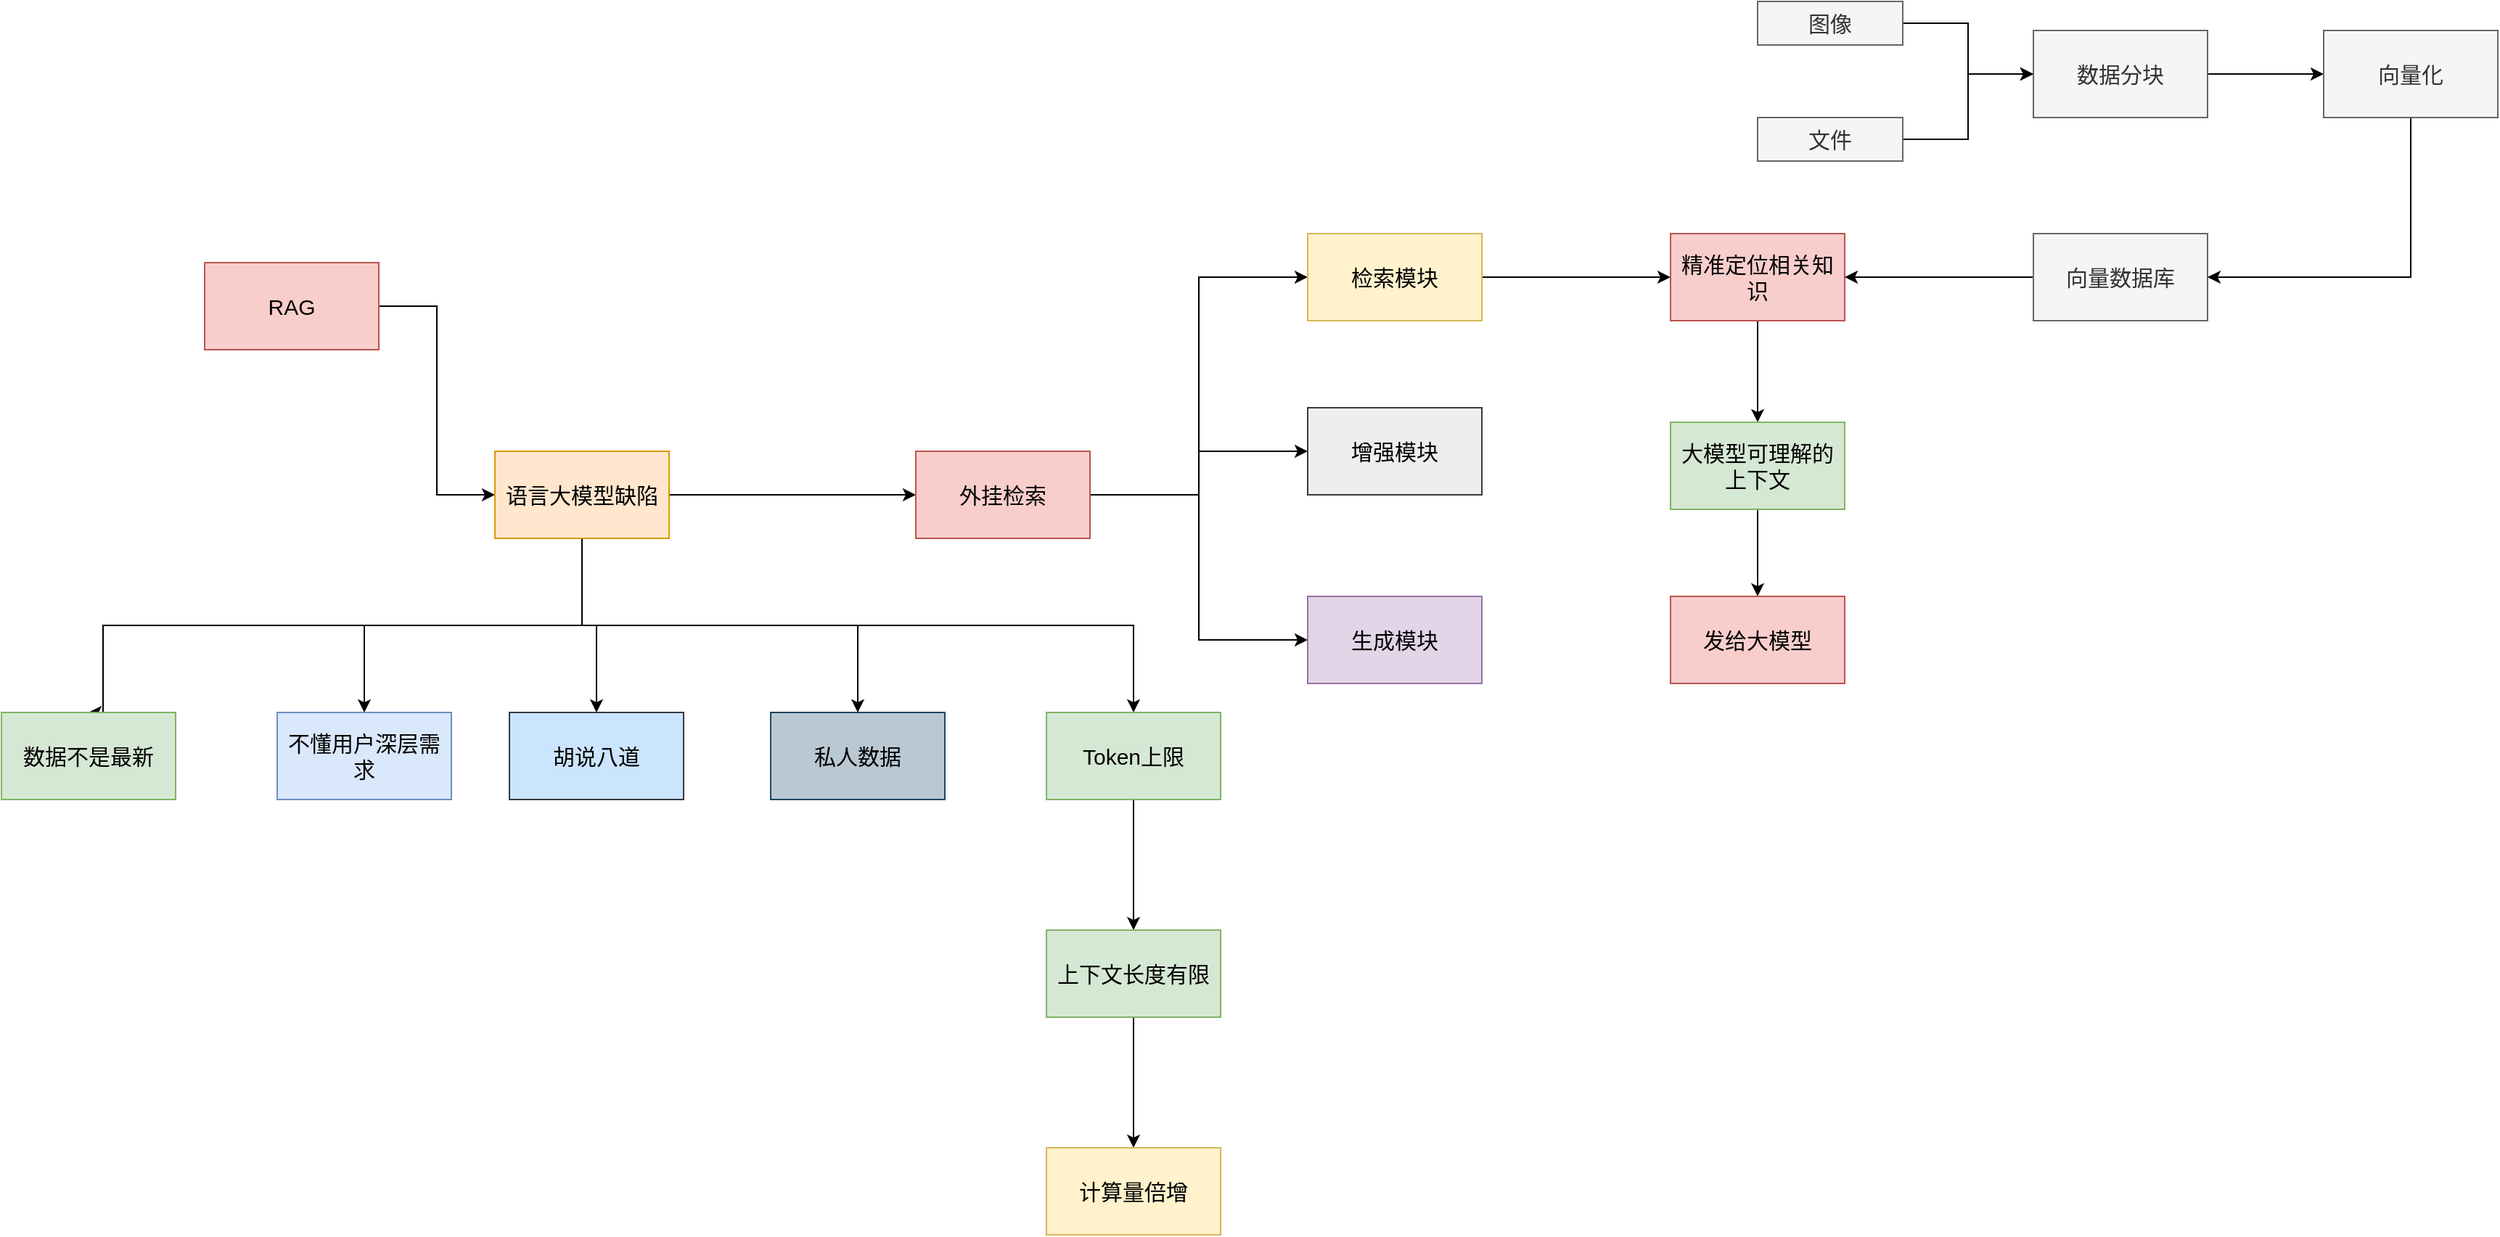
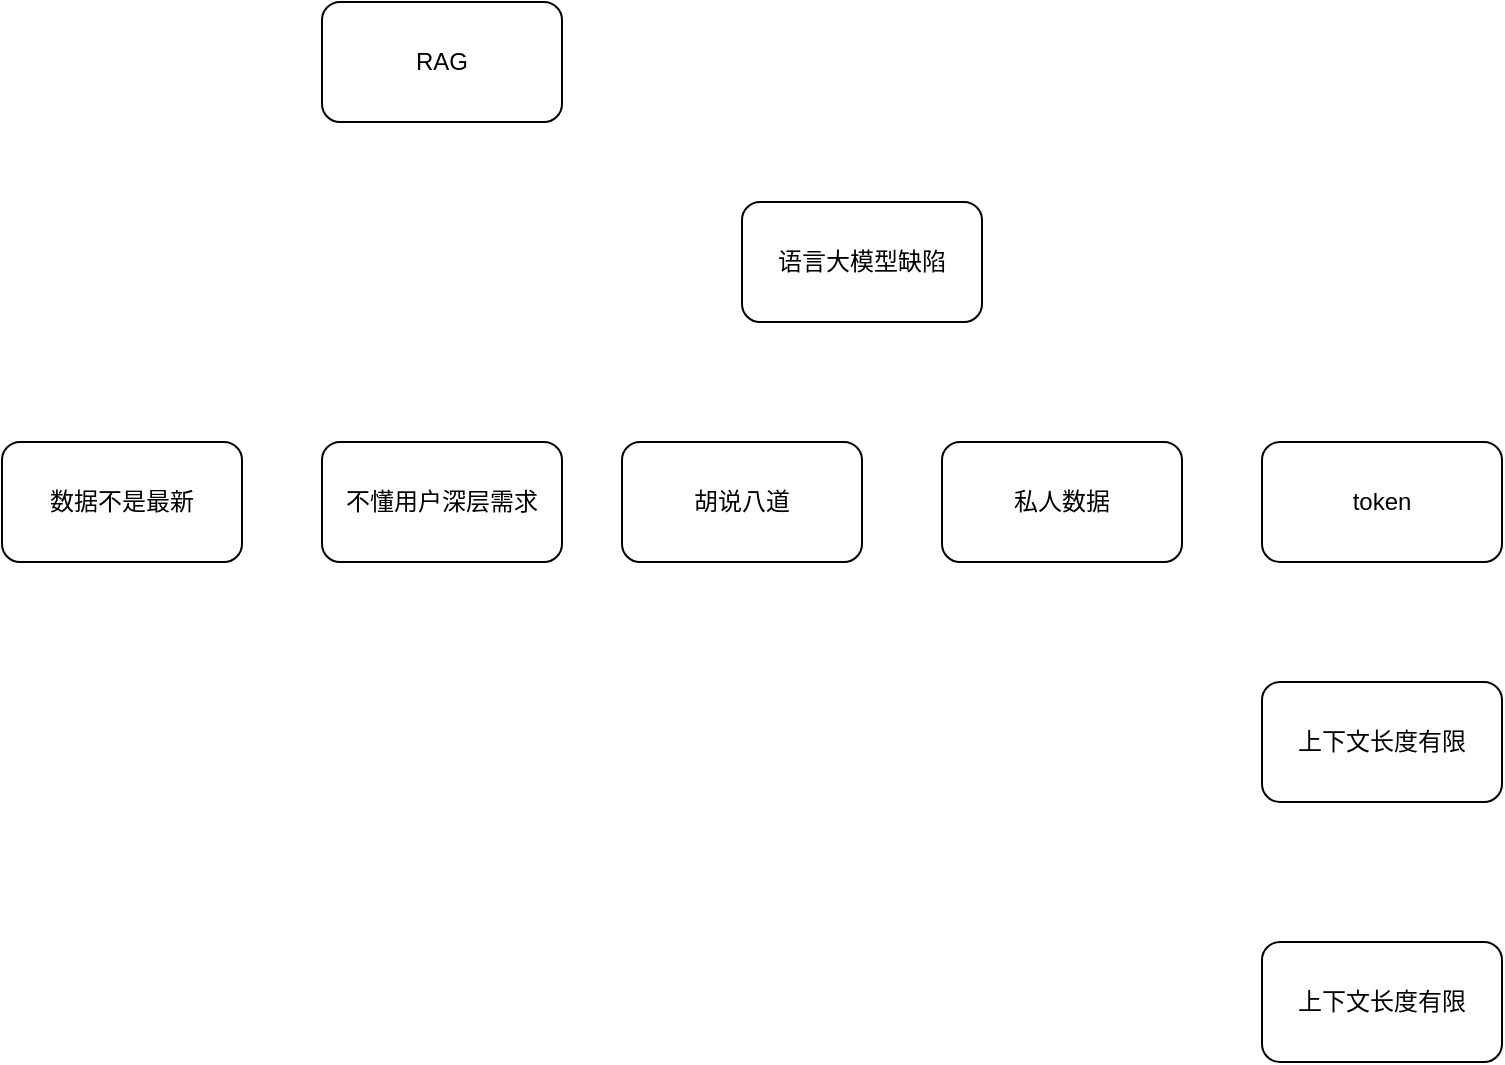
<mxfile host="app.diagrams.net">
-   <diagram name="第 1 页" id="lgBYV-CI623LZy5GF7Qx">
-     <mxGraphModel dx="1414" dy="1920" grid="1" gridSize="10" guides="1" tooltips="1" connect="1" arrows="1" fold="1" page="1" pageScale="1" pageWidth="827" pageHeight="1169" math="0" shadow="0">
+   <diagram name="第 1 页" id="C1UXl3RI-0u5TosqB3D1">
+     <mxGraphModel dx="1030" dy="535" grid="1" gridSize="10" guides="1" tooltips="1" connect="1" arrows="1" fold="1" page="1" pageScale="1" pageWidth="827" pageHeight="1169" math="0" shadow="0">
      <root>
        <mxCell id="0" />
        <mxCell id="1" parent="0" />
-         <mxCell id="BYuYSmvDRbRM8Ayxp55C-10" edge="1" parent="1" source="BYuYSmvDRbRM8Ayxp55C-1" style="edgeStyle=orthogonalEdgeStyle;rounded=0;orthogonalLoop=1;jettySize=auto;html=1;entryX=0;entryY=0.5;entryDx=0;entryDy=0;" target="BYuYSmvDRbRM8Ayxp55C-2">
-           <mxGeometry relative="1" as="geometry" />
+         <mxCell id="UQ7rByI2wm6I-29Dq2hl-1" parent="1" style="rounded=1;whiteSpace=wrap;html=1;" value="RAG" vertex="1">
+           <mxGeometry height="60" width="120" x="160" y="60" as="geometry" />
        </mxCell>
-         <mxCell id="BYuYSmvDRbRM8Ayxp55C-1" parent="1" style="rounded=0;whiteSpace=wrap;html=1;fontSize=15;fillColor=#f8cecc;strokeColor=#b85450;" value="RAG" vertex="1">
-           <mxGeometry height="60" width="120" x="180" y="170" as="geometry" />
+         <mxCell id="UQ7rByI2wm6I-29Dq2hl-2" parent="1" style="rounded=1;whiteSpace=wrap;html=1;" value="语言大模型缺陷" vertex="1">
+           <mxGeometry height="60" width="120" x="370" y="160" as="geometry" />
        </mxCell>
-         <mxCell id="BYuYSmvDRbRM8Ayxp55C-11" edge="1" parent="1" source="BYuYSmvDRbRM8Ayxp55C-2" style="edgeStyle=orthogonalEdgeStyle;rounded=0;orthogonalLoop=1;jettySize=auto;html=1;entryX=0.5;entryY=0;entryDx=0;entryDy=0;" target="BYuYSmvDRbRM8Ayxp55C-3">
-           <mxGeometry relative="1" as="geometry">
-             <Array as="points">
-               <mxPoint x="440" y="420" />
-               <mxPoint x="110" y="420" />
-               <mxPoint x="110" y="480" />
-             </Array>
-           </mxGeometry>
+         <mxCell id="UQ7rByI2wm6I-29Dq2hl-3" parent="1" style="rounded=1;whiteSpace=wrap;html=1;" value="数据不是最新" vertex="1">
+           <mxGeometry height="60" width="120" y="280" as="geometry" />
        </mxCell>
-         <mxCell id="BYuYSmvDRbRM8Ayxp55C-12" edge="1" parent="1" source="BYuYSmvDRbRM8Ayxp55C-2" style="edgeStyle=orthogonalEdgeStyle;rounded=0;orthogonalLoop=1;jettySize=auto;html=1;entryX=0.5;entryY=0;entryDx=0;entryDy=0;" target="BYuYSmvDRbRM8Ayxp55C-4">
-           <mxGeometry relative="1" as="geometry">
-             <Array as="points">
-               <mxPoint x="440" y="420" />
-               <mxPoint x="290" y="420" />
-             </Array>
-           </mxGeometry>
+         <mxCell id="UQ7rByI2wm6I-29Dq2hl-4" parent="1" style="rounded=1;whiteSpace=wrap;html=1;" value="不懂用户深层需求" vertex="1">
+           <mxGeometry height="60" width="120" x="160" y="280" as="geometry" />
        </mxCell>
-         <mxCell id="BYuYSmvDRbRM8Ayxp55C-13" edge="1" parent="1" source="BYuYSmvDRbRM8Ayxp55C-2" style="edgeStyle=orthogonalEdgeStyle;rounded=0;orthogonalLoop=1;jettySize=auto;html=1;entryX=0.5;entryY=0;entryDx=0;entryDy=0;" target="BYuYSmvDRbRM8Ayxp55C-5">
-           <mxGeometry relative="1" as="geometry" />
+         <mxCell id="UQ7rByI2wm6I-29Dq2hl-5" parent="1" style="rounded=1;whiteSpace=wrap;html=1;" value="胡说八道" vertex="1">
+           <mxGeometry height="60" width="120" x="310" y="280" as="geometry" />
        </mxCell>
-         <mxCell id="BYuYSmvDRbRM8Ayxp55C-14" edge="1" parent="1" source="BYuYSmvDRbRM8Ayxp55C-2" style="edgeStyle=orthogonalEdgeStyle;rounded=0;orthogonalLoop=1;jettySize=auto;html=1;entryX=0.5;entryY=0;entryDx=0;entryDy=0;" target="BYuYSmvDRbRM8Ayxp55C-6">
-           <mxGeometry relative="1" as="geometry">
-             <Array as="points">
-               <mxPoint x="440" y="420" />
-               <mxPoint x="630" y="420" />
-             </Array>
-           </mxGeometry>
+         <mxCell id="UQ7rByI2wm6I-29Dq2hl-6" parent="1" style="rounded=1;whiteSpace=wrap;html=1;" value="私人数据" vertex="1">
+           <mxGeometry height="60" width="120" x="470" y="280" as="geometry" />
        </mxCell>
-         <mxCell id="BYuYSmvDRbRM8Ayxp55C-15" edge="1" parent="1" source="BYuYSmvDRbRM8Ayxp55C-2" style="edgeStyle=orthogonalEdgeStyle;rounded=0;orthogonalLoop=1;jettySize=auto;html=1;entryX=0.5;entryY=0;entryDx=0;entryDy=0;" target="BYuYSmvDRbRM8Ayxp55C-7">
-           <mxGeometry relative="1" as="geometry">
-             <Array as="points">
-               <mxPoint x="440" y="420" />
-               <mxPoint x="820" y="420" />
-             </Array>
-           </mxGeometry>
+         <mxCell id="UQ7rByI2wm6I-29Dq2hl-7" parent="1" style="rounded=1;whiteSpace=wrap;html=1;" value="token" vertex="1">
+           <mxGeometry height="60" width="120" x="630" y="280" as="geometry" />
        </mxCell>
-         <mxCell id="BYuYSmvDRbRM8Ayxp55C-19" edge="1" parent="1" source="BYuYSmvDRbRM8Ayxp55C-2" style="edgeStyle=orthogonalEdgeStyle;rounded=0;orthogonalLoop=1;jettySize=auto;html=1;entryX=0;entryY=0.5;entryDx=0;entryDy=0;" target="BYuYSmvDRbRM8Ayxp55C-18">
-           <mxGeometry relative="1" as="geometry" />
+         <mxCell id="UQ7rByI2wm6I-29Dq2hl-8" parent="1" style="rounded=1;whiteSpace=wrap;html=1;" value="上下文长度有限" vertex="1">
+           <mxGeometry height="60" width="120" x="630" y="400" as="geometry" />
        </mxCell>
-         <mxCell id="BYuYSmvDRbRM8Ayxp55C-2" parent="1" style="rounded=0;whiteSpace=wrap;html=1;fontSize=15;fillColor=#ffe6cc;strokeColor=#d79b00;" value="语言大模型缺陷" vertex="1">
-           <mxGeometry height="60" width="120" x="380" y="300" as="geometry" />
-         </mxCell>
-         <mxCell id="BYuYSmvDRbRM8Ayxp55C-3" parent="1" style="rounded=0;whiteSpace=wrap;html=1;fontSize=15;fillColor=#d5e8d4;strokeColor=#82b366;" value="数据不是最新" vertex="1">
-           <mxGeometry height="60" width="120" x="40" y="480" as="geometry" />
-         </mxCell>
-         <mxCell id="BYuYSmvDRbRM8Ayxp55C-4" parent="1" style="rounded=0;whiteSpace=wrap;html=1;fontSize=15;fillColor=#dae8fc;strokeColor=#6c8ebf;" value="不懂用户深层需求" vertex="1">
-           <mxGeometry height="60" width="120" x="230" y="480" as="geometry" />
-         </mxCell>
-         <mxCell id="BYuYSmvDRbRM8Ayxp55C-5" parent="1" style="rounded=0;whiteSpace=wrap;html=1;fontSize=15;fillColor=#cce5ff;strokeColor=#36393d;" value="胡说八道" vertex="1">
-           <mxGeometry height="60" width="120" x="390" y="480" as="geometry" />
-         </mxCell>
-         <mxCell id="BYuYSmvDRbRM8Ayxp55C-6" parent="1" style="rounded=0;whiteSpace=wrap;html=1;fontSize=15;fillColor=#bac8d3;strokeColor=#23445d;" value="私人数据" vertex="1">
-           <mxGeometry height="60" width="120" x="570" y="480" as="geometry" />
-         </mxCell>
-         <mxCell id="BYuYSmvDRbRM8Ayxp55C-16" edge="1" parent="1" source="BYuYSmvDRbRM8Ayxp55C-7" style="edgeStyle=orthogonalEdgeStyle;rounded=0;orthogonalLoop=1;jettySize=auto;html=1;entryX=0.5;entryY=0;entryDx=0;entryDy=0;" target="BYuYSmvDRbRM8Ayxp55C-8">
-           <mxGeometry relative="1" as="geometry" />
-         </mxCell>
-         <mxCell id="BYuYSmvDRbRM8Ayxp55C-7" parent="1" style="rounded=0;whiteSpace=wrap;html=1;fontSize=15;fillColor=#d5e8d4;strokeColor=#82b366;" value="Token上限" vertex="1">
-           <mxGeometry height="60" width="120" x="760" y="480" as="geometry" />
-         </mxCell>
-         <mxCell id="BYuYSmvDRbRM8Ayxp55C-17" edge="1" parent="1" source="BYuYSmvDRbRM8Ayxp55C-8" style="edgeStyle=orthogonalEdgeStyle;rounded=0;orthogonalLoop=1;jettySize=auto;html=1;entryX=0.5;entryY=0;entryDx=0;entryDy=0;" target="BYuYSmvDRbRM8Ayxp55C-9">
-           <mxGeometry relative="1" as="geometry" />
-         </mxCell>
-         <mxCell id="BYuYSmvDRbRM8Ayxp55C-8" parent="1" style="rounded=0;whiteSpace=wrap;html=1;fontSize=15;fillColor=#d5e8d4;strokeColor=#82b366;" value="上下文长度有限" vertex="1">
-           <mxGeometry height="60" width="120" x="760" y="630" as="geometry" />
-         </mxCell>
-         <mxCell id="BYuYSmvDRbRM8Ayxp55C-9" parent="1" style="rounded=0;whiteSpace=wrap;html=1;fontSize=15;fillColor=#fff2cc;strokeColor=#d6b656;" value="计算量倍增" vertex="1">
-           <mxGeometry height="60" width="120" x="760" y="780" as="geometry" />
-         </mxCell>
-         <mxCell id="BYuYSmvDRbRM8Ayxp55C-23" edge="1" parent="1" source="BYuYSmvDRbRM8Ayxp55C-18" style="edgeStyle=orthogonalEdgeStyle;rounded=0;orthogonalLoop=1;jettySize=auto;html=1;entryX=0;entryY=0.5;entryDx=0;entryDy=0;" target="BYuYSmvDRbRM8Ayxp55C-20">
-           <mxGeometry relative="1" as="geometry" />
-         </mxCell>
-         <mxCell id="BYuYSmvDRbRM8Ayxp55C-24" edge="1" parent="1" source="BYuYSmvDRbRM8Ayxp55C-18" style="edgeStyle=orthogonalEdgeStyle;rounded=0;orthogonalLoop=1;jettySize=auto;html=1;entryX=0;entryY=0.5;entryDx=0;entryDy=0;" target="BYuYSmvDRbRM8Ayxp55C-21">
-           <mxGeometry relative="1" as="geometry" />
-         </mxCell>
-         <mxCell id="BYuYSmvDRbRM8Ayxp55C-25" edge="1" parent="1" source="BYuYSmvDRbRM8Ayxp55C-18" style="edgeStyle=orthogonalEdgeStyle;rounded=0;orthogonalLoop=1;jettySize=auto;html=1;entryX=0;entryY=0.5;entryDx=0;entryDy=0;" target="BYuYSmvDRbRM8Ayxp55C-22">
-           <mxGeometry relative="1" as="geometry" />
-         </mxCell>
-         <mxCell id="BYuYSmvDRbRM8Ayxp55C-18" parent="1" style="rounded=0;whiteSpace=wrap;html=1;fontSize=15;fillColor=#f8cecc;strokeColor=#b85450;" value="外挂检索" vertex="1">
-           <mxGeometry height="60" width="120" x="670" y="300" as="geometry" />
-         </mxCell>
-         <mxCell id="biUosuX3aymfNZg_jhT1-14" edge="1" parent="1" source="BYuYSmvDRbRM8Ayxp55C-20" style="edgeStyle=orthogonalEdgeStyle;rounded=0;orthogonalLoop=1;jettySize=auto;html=1;entryX=0;entryY=0.5;entryDx=0;entryDy=0;" target="biUosuX3aymfNZg_jhT1-1">
-           <mxGeometry relative="1" as="geometry" />
-         </mxCell>
-         <mxCell id="BYuYSmvDRbRM8Ayxp55C-20" parent="1" style="rounded=0;whiteSpace=wrap;html=1;fontSize=15;fillColor=#fff2cc;strokeColor=#d6b656;" value="检索模块" vertex="1">
-           <mxGeometry height="60" width="120" x="940" y="150" as="geometry" />
-         </mxCell>
-         <mxCell id="BYuYSmvDRbRM8Ayxp55C-21" parent="1" style="rounded=0;whiteSpace=wrap;html=1;fontSize=15;fillColor=#eeeeee;strokeColor=#36393d;" value="增强模块" vertex="1">
-           <mxGeometry height="60" width="120" x="940" y="270" as="geometry" />
-         </mxCell>
-         <mxCell id="BYuYSmvDRbRM8Ayxp55C-22" parent="1" style="rounded=0;whiteSpace=wrap;html=1;fontSize=15;fillColor=#e1d5e7;strokeColor=#9673a6;" value="生成模块" vertex="1">
-           <mxGeometry height="60" width="120" x="940" y="400" as="geometry" />
-         </mxCell>
-         <mxCell id="biUosuX3aymfNZg_jhT1-15" edge="1" parent="1" source="biUosuX3aymfNZg_jhT1-1" style="edgeStyle=orthogonalEdgeStyle;rounded=0;orthogonalLoop=1;jettySize=auto;html=1;entryX=0.5;entryY=0;entryDx=0;entryDy=0;" target="biUosuX3aymfNZg_jhT1-2">
-           <mxGeometry relative="1" as="geometry" />
-         </mxCell>
-         <mxCell id="biUosuX3aymfNZg_jhT1-1" parent="1" style="rounded=0;whiteSpace=wrap;html=1;fontSize=15;fillColor=#f8cecc;strokeColor=#b85450;" value="精准定位相关知识&lt;span style=&quot;color: rgba(0, 0, 0, 0); font-family: monospace; font-size: 0px; text-align: start; white-space: nowrap;&quot;&gt;%3CmxGraphModel%3E%3Croot%3E%3CmxCell%20id%3D%220%22%2F%3E%3CmxCell%20id%3D%221%22%20parent%3D%220%22%2F%3E%3CmxCell%20id%3D%222%22%20parent%3D%221%22%20style%3D%22rounded%3D0%3BwhiteSpace%3Dwrap%3Bhtml%3D1%3BfontSize%3D15%3BfillColor%3D%23fff2cc%3BstrokeColor%3D%23d6b656%3B%22%20value%3D%22%E6%A3%80%E7%B4%A2%E6%A8%A1%E5%9D%97%22%20vertex%3D%221%22%3E%3CmxGeometry%20height%3D%2260%22%20width%3D%22120%22%20x%3D%22940%22%20y%3D%22150%22%20as%3D%22geometry%22%2F%3E%3C%2FmxCell%3E%3C%2Froot%3E%3C%2FmxGraphModel%3E&lt;/span&gt;" vertex="1">
-           <mxGeometry height="60" width="120" x="1190" y="150" as="geometry" />
-         </mxCell>
-         <mxCell id="biUosuX3aymfNZg_jhT1-16" edge="1" parent="1" source="biUosuX3aymfNZg_jhT1-2" style="edgeStyle=orthogonalEdgeStyle;rounded=0;orthogonalLoop=1;jettySize=auto;html=1;entryX=0.5;entryY=0;entryDx=0;entryDy=0;" target="biUosuX3aymfNZg_jhT1-3">
-           <mxGeometry relative="1" as="geometry" />
-         </mxCell>
-         <mxCell id="biUosuX3aymfNZg_jhT1-2" parent="1" style="rounded=0;whiteSpace=wrap;html=1;fontSize=15;fillColor=#d5e8d4;strokeColor=#82b366;" value="大模型可理解的上下文" vertex="1">
-           <mxGeometry height="60" width="120" x="1190" y="280" as="geometry" />
-         </mxCell>
-         <mxCell id="biUosuX3aymfNZg_jhT1-3" parent="1" style="rounded=0;whiteSpace=wrap;html=1;fontSize=15;fillColor=#f8cecc;strokeColor=#b85450;" value="发给大模型" vertex="1">
-           <mxGeometry height="60" width="120" x="1190" y="400" as="geometry" />
-         </mxCell>
-         <mxCell id="biUosuX3aymfNZg_jhT1-13" edge="1" parent="1" source="biUosuX3aymfNZg_jhT1-4" style="edgeStyle=orthogonalEdgeStyle;rounded=0;orthogonalLoop=1;jettySize=auto;html=1;entryX=1;entryY=0.5;entryDx=0;entryDy=0;" target="biUosuX3aymfNZg_jhT1-1">
-           <mxGeometry relative="1" as="geometry" />
-         </mxCell>
-         <mxCell id="biUosuX3aymfNZg_jhT1-4" parent="1" style="rounded=0;whiteSpace=wrap;html=1;fontSize=15;fillColor=#f5f5f5;strokeColor=#666666;fontColor=#333333;" value="向量数据库" vertex="1">
-           <mxGeometry height="60" width="120" x="1440" y="150" as="geometry" />
-         </mxCell>
-         <mxCell id="biUosuX3aymfNZg_jhT1-11" edge="1" parent="1" source="biUosuX3aymfNZg_jhT1-5" style="edgeStyle=orthogonalEdgeStyle;rounded=0;orthogonalLoop=1;jettySize=auto;html=1;entryX=0;entryY=0.5;entryDx=0;entryDy=0;" target="biUosuX3aymfNZg_jhT1-6">
-           <mxGeometry relative="1" as="geometry" />
-         </mxCell>
-         <mxCell id="biUosuX3aymfNZg_jhT1-5" parent="1" style="rounded=0;whiteSpace=wrap;html=1;fontSize=15;fillColor=#f5f5f5;strokeColor=#666666;fontColor=#333333;" value="数据分块" vertex="1">
-           <mxGeometry height="60" width="120" x="1440" y="10" as="geometry" />
-         </mxCell>
-         <mxCell id="biUosuX3aymfNZg_jhT1-12" edge="1" parent="1" source="biUosuX3aymfNZg_jhT1-6" style="edgeStyle=orthogonalEdgeStyle;rounded=0;orthogonalLoop=1;jettySize=auto;html=1;entryX=1;entryY=0.5;entryDx=0;entryDy=0;" target="biUosuX3aymfNZg_jhT1-4">
-           <mxGeometry relative="1" as="geometry">
-             <Array as="points">
-               <mxPoint x="1700" y="180" />
-             </Array>
-           </mxGeometry>
-         </mxCell>
-         <mxCell id="biUosuX3aymfNZg_jhT1-6" parent="1" style="rounded=0;whiteSpace=wrap;html=1;fontSize=15;fillColor=#f5f5f5;strokeColor=#666666;fontColor=#333333;" value="向量化" vertex="1">
-           <mxGeometry height="60" width="120" x="1640" y="10" as="geometry" />
-         </mxCell>
-         <mxCell id="biUosuX3aymfNZg_jhT1-9" edge="1" parent="1" source="biUosuX3aymfNZg_jhT1-7" style="edgeStyle=orthogonalEdgeStyle;rounded=0;orthogonalLoop=1;jettySize=auto;html=1;entryX=0;entryY=0.5;entryDx=0;entryDy=0;" target="biUosuX3aymfNZg_jhT1-5">
-           <mxGeometry relative="1" as="geometry" />
-         </mxCell>
-         <mxCell id="biUosuX3aymfNZg_jhT1-7" parent="1" style="rounded=0;whiteSpace=wrap;html=1;fontSize=15;fillColor=#f5f5f5;strokeColor=#666666;fontColor=#333333;" value="图像" vertex="1">
-           <mxGeometry height="30" width="100" x="1250" y="-10" as="geometry" />
-         </mxCell>
-         <mxCell id="biUosuX3aymfNZg_jhT1-10" edge="1" parent="1" source="biUosuX3aymfNZg_jhT1-8" style="edgeStyle=orthogonalEdgeStyle;rounded=0;orthogonalLoop=1;jettySize=auto;html=1;entryX=0;entryY=0.5;entryDx=0;entryDy=0;" target="biUosuX3aymfNZg_jhT1-5">
-           <mxGeometry relative="1" as="geometry" />
-         </mxCell>
-         <mxCell id="biUosuX3aymfNZg_jhT1-8" parent="1" style="rounded=0;whiteSpace=wrap;html=1;fontSize=15;fillColor=#f5f5f5;strokeColor=#666666;fontColor=#333333;" value="文件" vertex="1">
-           <mxGeometry height="30" width="100" x="1250" y="70" as="geometry" />
+         <mxCell id="UQ7rByI2wm6I-29Dq2hl-9" parent="1" style="rounded=1;whiteSpace=wrap;html=1;" value="上下文长度有限" vertex="1">
+           <mxGeometry height="60" width="120" x="630" y="530" as="geometry" />
        </mxCell>
      </root>
    </mxGraphModel>
  </diagram>
</mxfile>
